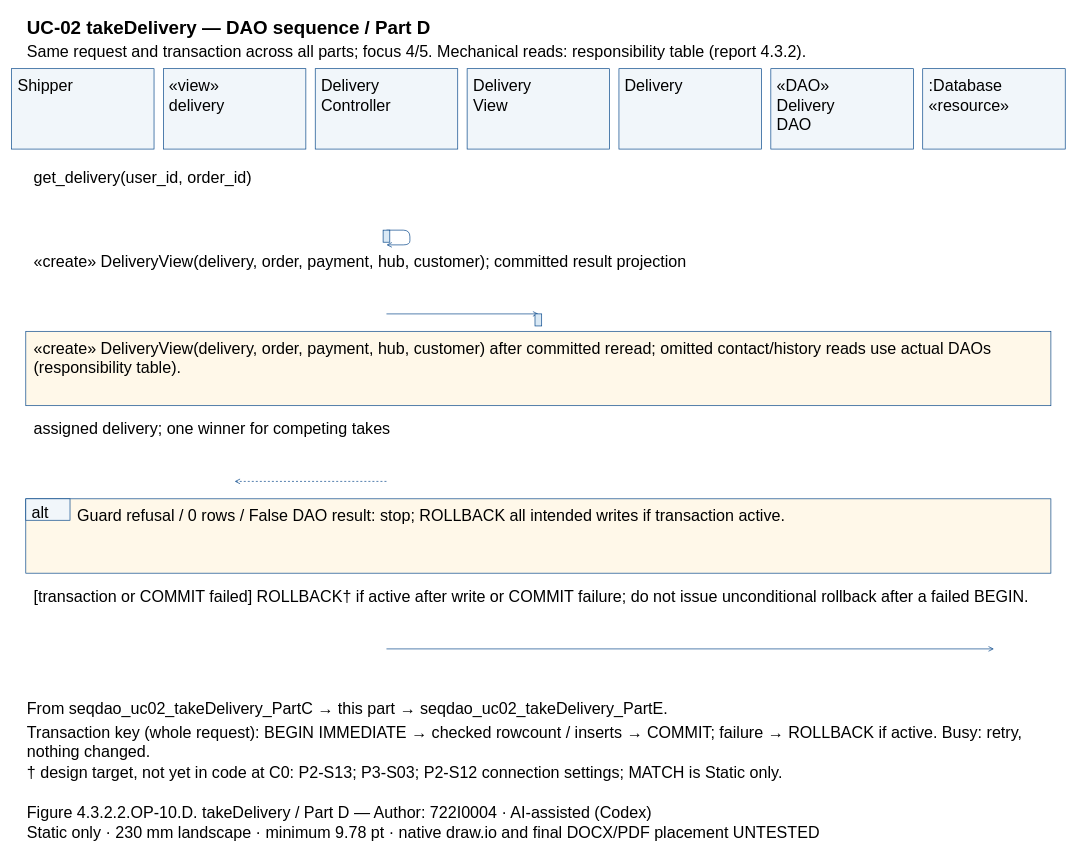
Above: models/UC-02/seqdao_uc02_takeDelivery_PartD.drawio in Dat071104/SaigonBite (draw.io), before the change. Source tidied: cells renumbered, new cells numbered last; positions are measured from the earlier drawing's top-left corner, leaving out a move shared by most shapes. Both pictures are drawn from the tidied source at 67%, with x=0, y=0 at pixel (11, 11).
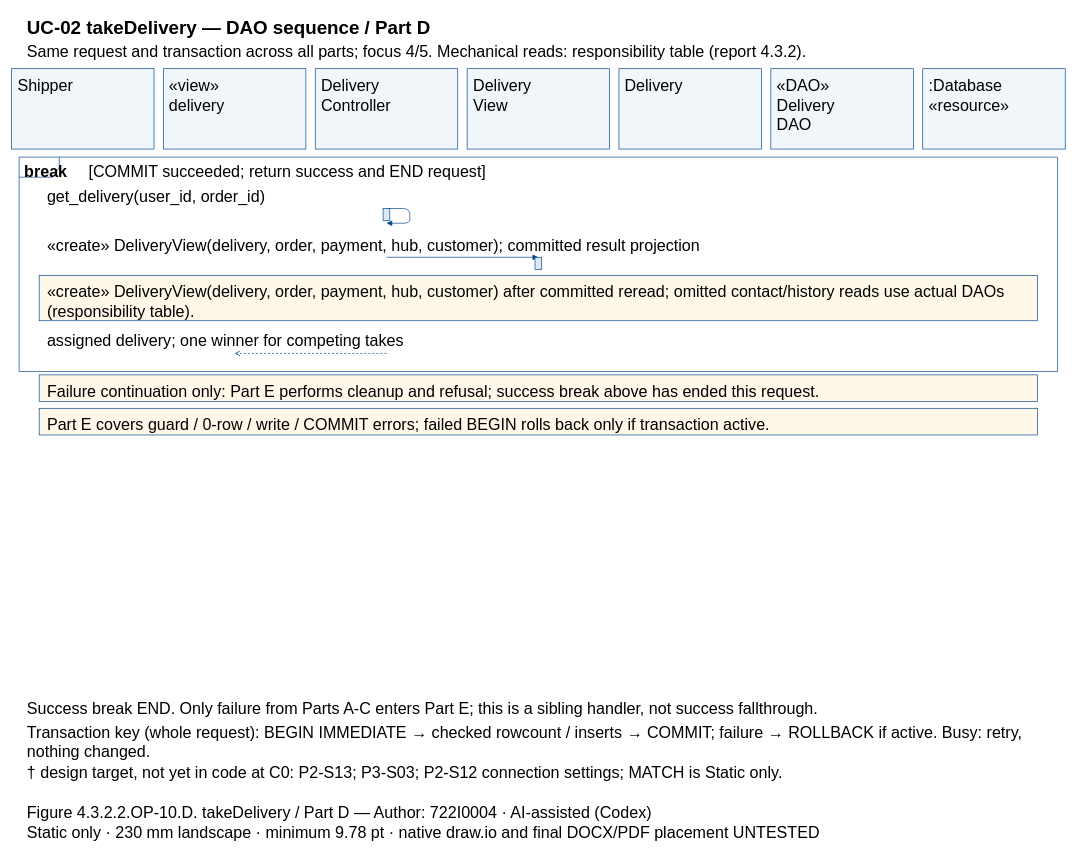
The same page after the edit.

Change to the diagram source:
```diff
@@
+    <mxCell id="47" style="shape=umlFrame;fillColor=none;strokeColor=#004387;" parent="1" vertex="1">
+      <mxGeometry x="11" y="217" width="1550" height="320" as="geometry" />
+    </mxCell>
@@
-    <mxCell id="17" value=":Database&#10;«resource»" style="text;html=0;whiteSpace=wrap;align=left;verticalAlign=top;strokeColor=none;fillColor=none;fontFamily=Arial;fontSize=24;fontStyle=0;" parent="1" vertex="1">
-      <mxGeometry x="1366.7" y="90" width="198.7" height="55.7" as="geometry" />
-    </mxCell>
-    <mxCell id="18" value="get_delivery(user_id, order_id)" style="text;html=0;whiteSpace=wrap;align=left;verticalAlign=top;strokeColor=none;fillColor=none;fontFamily=Arial;fontSize=24;fontStyle=0;" parent="1" vertex="1">
-      <mxGeometry x="31" y="227" width="1510" height="27.8" as="geometry" />
+    <mxCell id="18" value=":Database&#10;«resource»" style="text;html=0;whiteSpace=wrap;align=left;verticalAlign=top;strokeColor=none;fillColor=none;fontFamily=Arial;fontSize=24;fontStyle=0;" parent="1" vertex="1">
+      <mxGeometry x="1366.7" y="90" width="198.7" height="55.7" as="geometry" />
     </mxCell>
+    <mxCell id="48" value="break" style="text;html=0;whiteSpace=wrap;align=left;verticalAlign=top;strokeColor=none;fillColor=none;fontFamily=Arial;fontSize=24;fontStyle=1;" parent="1" vertex="1">
+      <mxGeometry x="17" y="218" width="84" height="27.8" as="geometry" />
+    </mxCell>
+    <mxCell id="49" value="[COMMIT succeeded; return success and END request]" style="text;html=0;whiteSpace=wrap;align=left;verticalAlign=top;strokeColor=none;fillColor=none;fontFamily=Arial;fontSize=24;fontStyle=0;" parent="1" vertex="1">
+      <mxGeometry x="113" y="218" width="1438" height="27.8" as="geometry" />
+    </mxCell>
+    <mxCell id="23" value="get_delivery(user_id, order_id)" style="text;html=0;whiteSpace=wrap;align=left;verticalAlign=top;strokeColor=none;fillColor=none;fontFamily=Arial;fontSize=24;fontStyle=0;" parent="1" vertex="1">
+      <mxGeometry x="51" y="254.8" width="1470" height="27.8" as="geometry" />
+    </mxCell>
     <mxCell id="19" style="opacity=0;" parent="1" vertex="1">
-      <mxGeometry x="559.3" y="326" as="geometry" />
+      <mxGeometry x="559.3" y="293.7" as="geometry" />
     </mxCell>
     <mxCell id="20" style="opacity=0;" parent="1" vertex="1">
-      <mxGeometry x="559.3" y="348" as="geometry" />
+      <mxGeometry x="559.3" y="315.7" as="geometry" />
     </mxCell>
-    <mxCell id="21" style="edgeStyle=none;endArrow=open;strokeColor=#004387;exitX=0.5;entryX=0.5;exitPerimeter=0;entryPerimeter=0;" parent="1" edge="1" source="19" target="20">
+    <mxCell id="21" style="edgeStyle=none;endArrow=block;endFill=1;strokeColor=#004387;exitX=0.5;entryX=0.5;exitPerimeter=0;entryPerimeter=0;" parent="1" edge="1" source="19" target="20">
       <mxGeometry relative="1" as="geometry">
         <Array as="points">
-          <mxPoint x="594.3" y="326" />
-          <mxPoint x="594.3" y="348" />
+          <mxPoint x="594.3" y="293.7" />
+          <mxPoint x="594.3" y="315.7" />
         </Array>
       </mxGeometry>
     </mxCell>
-    <mxCell id="22" style="fillColor=#DAE9F5;strokeColor=#004387;" parent="1" vertex="1">
-      <mxGeometry x="554.3" y="326" width="10" height="18" as="geometry" />
-    </mxCell>
-    <mxCell id="23" value="«create» DeliveryView(delivery, order, payment, hub, customer); committed result projection" style="text;html=0;whiteSpace=wrap;align=left;verticalAlign=top;strokeColor=none;fillColor=none;fontFamily=Arial;fontSize=24;fontStyle=0;" parent="1" vertex="1">
-      <mxGeometry x="31" y="352" width="1510" height="27.8" as="geometry" />
-    </mxCell>
+    <mxCell id="27" style="fillColor=#DAE9F5;strokeColor=#004387;" parent="1" vertex="1">
+      <mxGeometry x="554.3" y="293.7" width="10" height="18" as="geometry" />
+    </mxCell>
+    <mxCell id="50" value="«create» DeliveryView(delivery, order, payment, hub, customer); committed result projection" style="text;html=0;whiteSpace=wrap;align=left;verticalAlign=top;strokeColor=none;fillColor=none;fontFamily=Arial;fontSize=24;fontStyle=0;" parent="1" vertex="1">
+      <mxGeometry x="51" y="327.7" width="1470" height="27.8" as="geometry" />
+    </mxCell>
     <mxCell id="24" style="opacity=0;" parent="1" vertex="1">
-      <mxGeometry x="559.3" y="451" as="geometry" />
+      <mxGeometry x="559.3" y="366.5" as="geometry" />
     </mxCell>
     <mxCell id="25" style="opacity=0;" parent="1" vertex="1">
-      <mxGeometry x="786" y="451" as="geometry" />
+      <mxGeometry x="786" y="366.5" as="geometry" />
     </mxCell>
-    <mxCell id="26" style="edgeStyle=none;endArrow=open;strokeColor=#004387;exitX=0.5;entryX=0.5;exitPerimeter=0;entryPerimeter=0;" parent="1" edge="1" source="24" target="25">
+    <mxCell id="26" style="edgeStyle=none;endArrow=block;endFill=1;strokeColor=#004387;exitX=0.5;entryX=0.5;exitPerimeter=0;entryPerimeter=0;" parent="1" edge="1" source="24" target="25">
       <mxGeometry relative="1" as="geometry" />
     </mxCell>
-    <mxCell id="27" style="fillColor=#DAE9F5;strokeColor=#004387;" parent="1" vertex="1">
-      <mxGeometry x="781" y="451" width="10" height="18" as="geometry" />
-    </mxCell>
-    <mxCell id="28" style="fillColor=#FFF8E9;strokeColor=#004387;" parent="1" vertex="1">
-      <mxGeometry x="21" y="477" width="1530" height="111" as="geometry" />
-    </mxCell>
+    <mxCell id="51" style="fillColor=#DAE9F5;strokeColor=#004387;" parent="1" vertex="1">
+      <mxGeometry x="781" y="366.5" width="10" height="18" as="geometry" />
+    </mxCell>
+    <mxCell id="52" style="fillColor=#FFF8E9;strokeColor=#004387;" parent="1" vertex="1">
+      <mxGeometry x="41" y="393.5" width="1490" height="67.7" as="geometry" />
+    </mxCell>
     <mxCell id="29" value="«create» DeliveryView(delivery, order, payment, hub, customer) after committed reread; omitted contact/history reads use actual DAOs&#10;(responsibility table)." style="text;html=0;whiteSpace=wrap;align=left;verticalAlign=top;strokeColor=none;fillColor=none;fontFamily=Arial;fontSize=24;fontStyle=0;" parent="1" vertex="1">
-      <mxGeometry x="31" y="482" width="1510" height="55.7" as="geometry" />
+      <mxGeometry x="51" y="397.5" width="1470" height="55.7" as="geometry" />
     </mxCell>
     <mxCell id="30" value="assigned delivery; one winner for competing takes" style="text;html=0;whiteSpace=wrap;align=left;verticalAlign=top;strokeColor=none;fillColor=none;fontFamily=Arial;fontSize=24;fontStyle=0;" parent="1" vertex="1">
-      <mxGeometry x="31" y="602" width="1510" height="27.8" as="geometry" />
+      <mxGeometry x="51" y="471.2" width="1470" height="27.8" as="geometry" />
     </mxCell>
     <mxCell id="31" style="opacity=0;" parent="1" vertex="1">
-      <mxGeometry x="559.3" y="701" as="geometry" />
+      <mxGeometry x="559.3" y="510" as="geometry" />
     </mxCell>
     <mxCell id="32" style="opacity=0;" parent="1" vertex="1">
-      <mxGeometry x="332.7" y="701" as="geometry" />
+      <mxGeometry x="332.7" y="510" as="geometry" />
     </mxCell>
-    <mxCell id="33" style="edgeStyle=none;endArrow=open;strokeColor=#004387;dashed=1;exitX=0.5;entryX=0.5;exitPerimeter=0;entryPerimeter=0;" parent="1" edge="1" source="31" target="32">
+    <mxCell id="33" style="edgeStyle=none;endArrow=open;endFill=0;strokeColor=#004387;dashed=1;exitX=0.5;entryX=0.5;exitPerimeter=0;entryPerimeter=0;" parent="1" edge="1" source="31" target="32">
       <mxGeometry relative="1" as="geometry" />
     </mxCell>
-    <mxCell id="34" style="fillColor=#FFF8E9;strokeColor=#004387;" parent="1" vertex="1">
-      <mxGeometry x="21" y="727" width="1530" height="111" as="geometry" />
-    </mxCell>
-    <mxCell id="35" style="fillColor=#F1F6FA;strokeColor=#004387;" parent="1" vertex="1">
-      <mxGeometry x="21" y="727" width="66" height="32" as="geometry" />
-    </mxCell>
-    <mxCell id="36" value="alt" style="text;html=0;whiteSpace=wrap;align=left;verticalAlign=top;strokeColor=none;fillColor=none;fontFamily=Arial;fontSize=24;fontStyle=0;" parent="1" vertex="1">
-      <mxGeometry x="28" y="727" width="56" height="27.8" as="geometry" />
-    </mxCell>
-    <mxCell id="37" value="Guard refusal / 0 rows / False DAO result: stop; ROLLBACK all intended writes if transaction active." style="text;html=0;whiteSpace=wrap;align=left;verticalAlign=top;strokeColor=none;fillColor=none;fontFamily=Arial;fontSize=24;fontStyle=0;" parent="1" vertex="1">
-      <mxGeometry x="96" y="732" width="1440" height="27.8" as="geometry" />
-    </mxCell>
+    <mxCell id="53" style="fillColor=#FFF8E9;strokeColor=#004387;" parent="1" vertex="1">
+      <mxGeometry x="41" y="542" width="1490" height="39.8" as="geometry" />
+    </mxCell>
-    <mxCell id="38" value="[transaction or COMMIT failed] ROLLBACK† if active after write or COMMIT failure; do not issue unconditional rollback after a failed BEGIN." style="text;html=0;whiteSpace=wrap;align=left;verticalAlign=top;strokeColor=none;fillColor=none;fontFamily=Arial;fontSize=24;fontStyle=0;" parent="1" vertex="1">
-      <mxGeometry x="31" y="852" width="1510" height="27.8" as="geometry" />
+    <mxCell id="38" value="Failure continuation only: Part E performs cleanup and refusal; success break above has ended this request." style="text;html=0;whiteSpace=wrap;align=left;verticalAlign=top;strokeColor=none;fillColor=none;fontFamily=Arial;fontSize=24;fontStyle=0;" parent="1" vertex="1">
+      <mxGeometry x="51" y="546" width="1470" height="27.8" as="geometry" />
     </mxCell>
-    <mxCell id="39" style="opacity=0;" parent="1" vertex="1">
-      <mxGeometry x="559.3" y="951" as="geometry" />
-    </mxCell>
-    <mxCell id="40" style="opacity=0;" parent="1" vertex="1">
-      <mxGeometry x="1466" y="951" as="geometry" />
-    </mxCell>
-    <mxCell id="41" style="edgeStyle=none;endArrow=open;strokeColor=#004387;exitX=0.5;entryX=0.5;exitPerimeter=0;entryPerimeter=0;" parent="1" edge="1" source="39" target="40">
-      <mxGeometry relative="1" as="geometry" />
-    </mxCell>
+    <mxCell id="54" style="fillColor=#FFF8E9;strokeColor=#004387;" parent="1" vertex="1">
+      <mxGeometry x="41" y="591.9" width="1490" height="39.8" as="geometry" />
+    </mxCell>
-    <mxCell id="42" value="From seqdao_uc02_takeDelivery_PartC → this part → seqdao_uc02_takeDelivery_PartE." style="text;html=0;whiteSpace=wrap;align=left;verticalAlign=top;strokeColor=none;fillColor=none;fontFamily=Arial;fontSize=24;fontStyle=0;" parent="1" vertex="1">
-      <mxGeometry x="21" y="1020" width="1530" height="27.8" as="geometry" />
+    <mxCell id="42" value="Part E covers guard / 0-row / write / COMMIT errors; failed BEGIN rolls back only if transaction active." style="text;html=0;whiteSpace=wrap;align=left;verticalAlign=top;strokeColor=none;fillColor=none;fontFamily=Arial;fontSize=24;fontStyle=0;" parent="1" vertex="1">
+      <mxGeometry x="51" y="595.9" width="1470" height="27.8" as="geometry" />
     </mxCell>
-    <mxCell id="43" value="Transaction key (whole request): BEGIN IMMEDIATE → checked rowcount / inserts → COMMIT; failure → ROLLBACK if active. Busy: retry,&#10;nothing changed." style="text;html=0;whiteSpace=wrap;align=left;verticalAlign=top;strokeColor=none;fillColor=none;fontFamily=Arial;fontSize=24;fontStyle=0;" parent="1" vertex="1">
-      <mxGeometry x="21" y="1055" width="1530" height="55.7" as="geometry" />
+    <mxCell id="43" value="Success break END. Only failure from Parts A-C enters Part E; this is a sibling handler, not success fallthrough." style="text;html=0;whiteSpace=wrap;align=left;verticalAlign=top;strokeColor=none;fillColor=none;fontFamily=Arial;fontSize=24;fontStyle=0;" parent="1" vertex="1">
+      <mxGeometry x="21" y="1020" width="1530" height="27.8" as="geometry" />
     </mxCell>
-    <mxCell id="44" value="† design target, not yet in code at C0: P2-S13; P3-S03; P2-S12 connection settings; MATCH is Static only." style="text;html=0;whiteSpace=wrap;align=left;verticalAlign=top;strokeColor=none;fillColor=none;fontFamily=Arial;fontSize=24;fontStyle=0;" parent="1" vertex="1">
-      <mxGeometry x="21" y="1115" width="1530" height="27.8" as="geometry" />
+    <mxCell id="44" value="Transaction key (whole request): BEGIN IMMEDIATE → checked rowcount / inserts → COMMIT; failure → ROLLBACK if active. Busy: retry,&#10;nothing changed." style="text;html=0;whiteSpace=wrap;align=left;verticalAlign=top;strokeColor=none;fillColor=none;fontFamily=Arial;fontSize=24;fontStyle=0;" parent="1" vertex="1">
+      <mxGeometry x="21" y="1055" width="1530" height="55.7" as="geometry" />
     </mxCell>
-    <mxCell id="45" value="Figure 4.3.2.2.OP-10.D. takeDelivery / Part D — Author: 722I0004 · AI-assisted (Codex)" style="text;html=0;whiteSpace=wrap;align=left;verticalAlign=top;strokeColor=none;fillColor=none;fontFamily=Arial;fontSize=24;fontStyle=0;" parent="1" vertex="1">
-      <mxGeometry x="21" y="1175" width="1530" height="27.8" as="geometry" />
+    <mxCell id="45" value="† design target, not yet in code at C0: P2-S13; P3-S03; P2-S12 connection settings; MATCH is Static only." style="text;html=0;whiteSpace=wrap;align=left;verticalAlign=top;strokeColor=none;fillColor=none;fontFamily=Arial;fontSize=24;fontStyle=0;" parent="1" vertex="1">
+      <mxGeometry x="21" y="1115" width="1530" height="27.8" as="geometry" />
     </mxCell>
-    <mxCell id="46" value="Static only · 230 mm landscape · minimum 9.78 pt · native draw.io and final DOCX/PDF placement UNTESTED" style="text;html=0;whiteSpace=wrap;align=left;verticalAlign=top;strokeColor=none;fillColor=none;fontFamily=Arial;fontSize=24;fontStyle=0;" parent="1" vertex="1">
-      <mxGeometry x="21" y="1205" width="1530" height="27.8" as="geometry" />
+    <mxCell id="46" value="Figure 4.3.2.2.OP-10.D. takeDelivery / Part D — Author: 722I0004 · AI-assisted (Codex)" style="text;html=0;whiteSpace=wrap;align=left;verticalAlign=top;strokeColor=none;fillColor=none;fontFamily=Arial;fontSize=24;fontStyle=0;" parent="1" vertex="1">
+      <mxGeometry x="21" y="1175" width="1530" height="27.8" as="geometry" />
     </mxCell>
+    <mxCell id="55" value="Static only · 230 mm landscape · minimum 9.78 pt · native draw.io and final DOCX/PDF placement UNTESTED" style="text;html=0;whiteSpace=wrap;align=left;verticalAlign=top;strokeColor=none;fillColor=none;fontFamily=Arial;fontSize=24;fontStyle=0;" parent="1" vertex="1">
+      <mxGeometry x="21" y="1205" width="1530" height="27.8" as="geometry" />
+    </mxCell>
```
